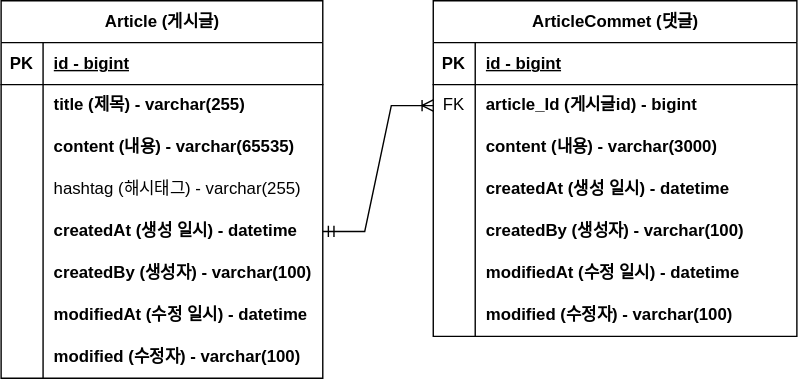
Earlier version of the draw.io export documents/project-board-erd.svg (JeonChanHyeok/board-practice). Source tidied: cells renumbered, new cells last; positions are measured from the earlier drawing's top-left corner, leaving out a move shared by most shapes.
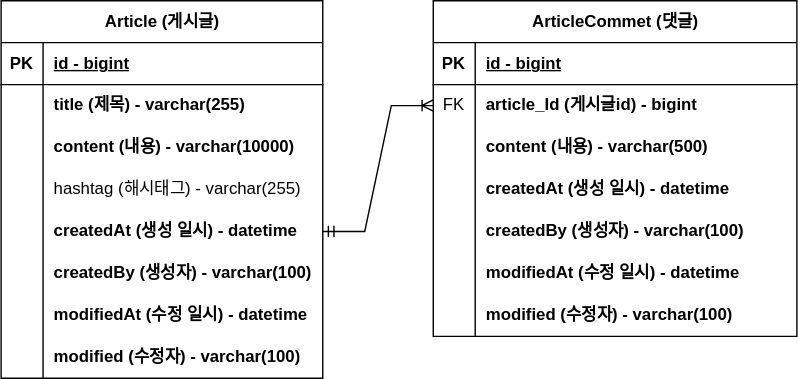
Later version of the same file.

Commit message:
#10 - erd 업데이트 (content 사이즈 변경)

What changed in the source:
```diff
@@ -29,7 +29,7 @@
     <mxCell id="10" style="shape=partialRectangle;fillColor=none;top=0;left=0;bottom=0;right=0;overflow=hidden;whiteSpace=wrap;html=1;" parent="9" vertex="1">
       <mxGeometry width="30" height="30" as="geometry" />
     </mxCell>
-    <mxCell id="11" value="content (내용) - varchar(65535)" style="shape=partialRectangle;fillColor=none;top=0;left=0;bottom=0;right=0;align=left;spacingLeft=6;overflow=hidden;whiteSpace=wrap;html=1;perimeterSpacing=0;fontStyle=1;" parent="9" vertex="1">
+    <mxCell id="11" value="content (내용) - varchar(10000)" style="shape=partialRectangle;fillColor=none;top=0;left=0;bottom=0;right=0;align=left;spacingLeft=6;overflow=hidden;whiteSpace=wrap;html=1;perimeterSpacing=0;fontStyle=1;" parent="9" vertex="1">
       <mxGeometry x="30" width="200" height="30" as="geometry" />
     </mxCell>
     <mxCell id="12" style="shape=tableRow;horizontal=0;startSize=0;swimlaneHead=0;swimlaneBody=0;fillColor=none;top=0;left=0;right=0;bottom=0;" parent="2" vertex="1">
@@ -104,7 +104,7 @@
     <mxCell id="35" style="shape=partialRectangle;fillColor=none;top=0;left=0;bottom=0;right=0;overflow=hidden;whiteSpace=wrap;html=1;" parent="34" vertex="1">
       <mxGeometry width="30" height="30" as="geometry" />
     </mxCell>
-    <mxCell id="36" value="content (내용) - varchar(3000)" style="shape=partialRectangle;fillColor=none;top=0;left=0;bottom=0;right=0;align=left;spacingLeft=6;overflow=hidden;whiteSpace=wrap;html=1;perimeterSpacing=0;fontStyle=1;" parent="34" vertex="1">
+    <mxCell id="36" value="content (내용) - varchar(500)" style="shape=partialRectangle;fillColor=none;top=0;left=0;bottom=0;right=0;align=left;spacingLeft=6;overflow=hidden;whiteSpace=wrap;html=1;perimeterSpacing=0;fontStyle=1;" parent="34" vertex="1">
       <mxGeometry x="30" width="230" height="30" as="geometry" />
     </mxCell>
     <mxCell id="37" style="shape=tableRow;horizontal=0;startSize=0;swimlaneHead=0;swimlaneBody=0;fillColor=none;top=0;left=0;right=0;bottom=0;" parent="27" vertex="1">
```
